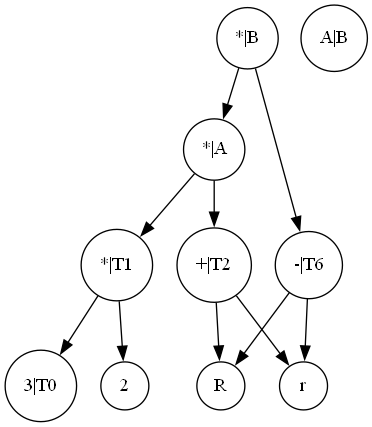
hutao99/compiler keeps this Graphviz diagram as DAG/visible.gv.png. Above is the earlier version. Its source is kept beside it as DAG/visible.gv.
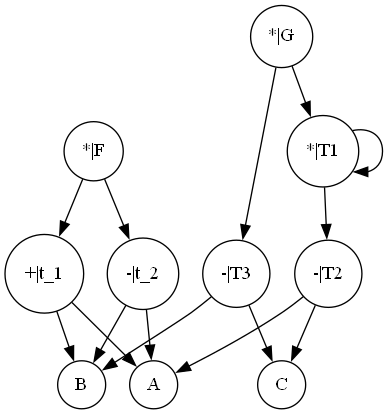
Later version of the same file.

The edit, as a diff of the source:
```diff
@@ -1,23 +1,27 @@
 digraph "./DAG/visible" {
 	node [color=black shape=circle size="20,5"]
-	1 [label="3|T0"]
-	2 [label="*|T1"]
-	3 [label=2]
-	4 [label="+|T2"]
-	5 [label=R]
-	6 [label=r]
-	7 [label="*|A"]
-	8 [label="A|B"]
-	9 [label="-|T6"]
-	10 [label="*|B"]
-	2 -> 1
-	2 -> 3
-	4 -> 6
-	4 -> 5
-	7 -> 4
-	7 -> 2
+	1 [label="+|t_1"]
+	2 [label=A]
+	3 [label=B]
+	4 [label="-|t_2"]
+	5 [label="*|F"]
+	6 [label="-|T2"]
+	7 [label=C]
+	8 [label="-|T3"]
+	9 [label="*|T1"]
+	10 [label="*|G"]
+	1 -> 2
+	1 -> 3
+	4 -> 2
+	4 -> 3
+	5 -> 1
+	5 -> 4
+	6 -> 2
+	6 -> 7
+	8 -> 3
+	8 -> 7
+	9 -> 9
 	9 -> 6
-	9 -> 5
 	10 -> 9
-	10 -> 7
+	10 -> 8
 }
```
